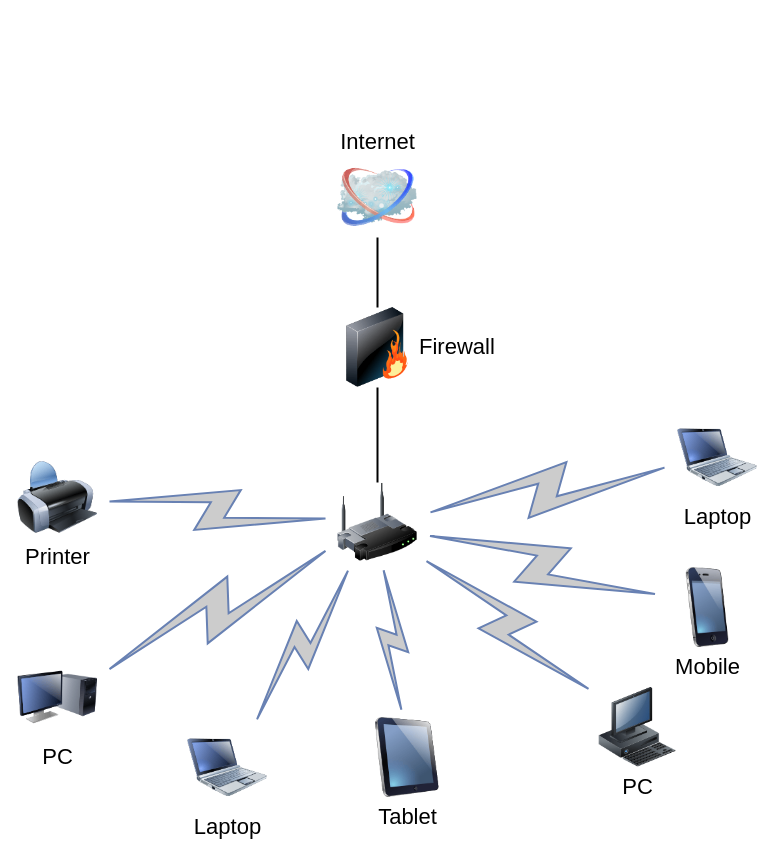
Earlier version of the draw.io diagram Untitled Diagram.drawio (RuftyJ/RuftyJ). Source tidied: cells renumbered, new cells numbered last; positions are measured from the earlier drawing's top-left corner, leaving out a move shared by most shapes. Both pictures are drawn from the tidied source at 100%, with x=0, y=0 at pixel (17, 157).
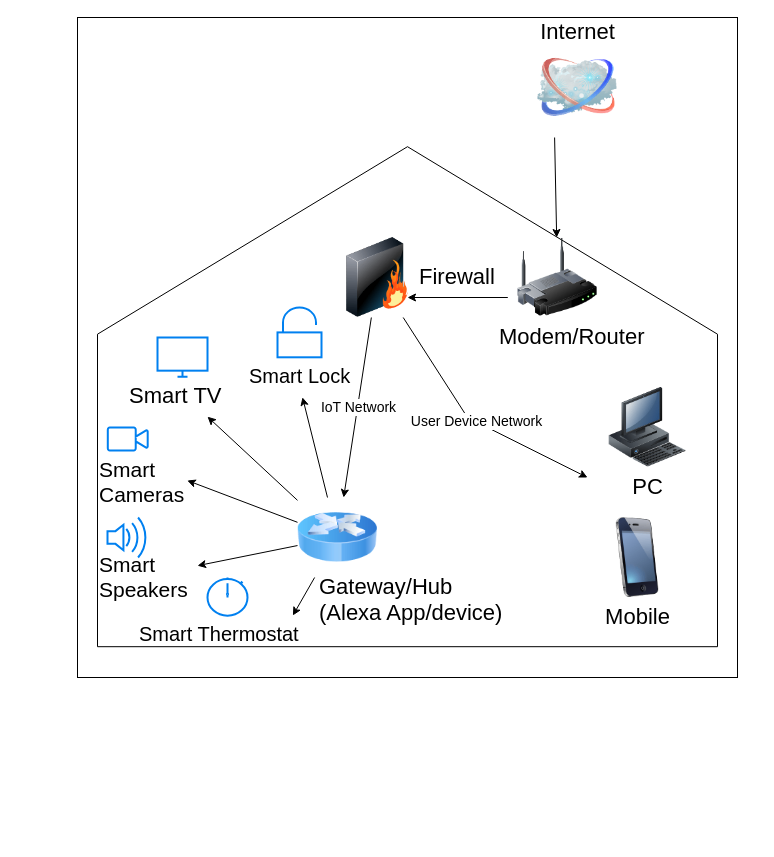
Above is the later version.

Diff of the diagram source:
```diff
@@
-    <mxCell id="2" style="edgeStyle=none;rounded=0;html=1;labelBackgroundColor=none;endArrow=none;strokeWidth=2;fontFamily=Verdana;fontSize=22;" parent="1" edge="1" source="3" target="6">
-      <mxGeometry relative="1" as="geometry" />
-    </mxCell>
+    <mxCell id="21" style="whiteSpace=wrap;html=1;" parent="1" vertex="1">
+      <mxGeometry x="60" y="-140" width="660" height="660" as="geometry" />
+    </mxCell>
+    <mxCell id="22" style="shape=offPageConnector;whiteSpace=wrap;html=1;direction=west;" parent="1" vertex="1">
+      <mxGeometry x="80" y="-10.8" width="620" height="500" as="geometry" />
+    </mxCell>
     <mxCell id="3" style="image;html=1;labelBackgroundColor=#ffffff;image=img/lib/clip_art/networking/Wireless_Router_128x128.png;rounded=1;shadow=0;comic=0;strokeWidth=2;fontSize=22;" parent="1" vertex="1">
-      <mxGeometry x="320" y="325" width="80" height="80" as="geometry" />
+      <mxGeometry x="500" y="80" width="80" height="80" as="geometry" />
     </mxCell>
+    <mxCell id="6" value="Firewall" style="image;html=1;labelBackgroundColor=#ffffff;image=img/lib/clip_art/networking/Firewall_128x128.png;rounded=1;shadow=0;comic=0;strokeWidth=2;fontSize=22;labelPosition=right;verticalLabelPosition=middle;align=left;verticalAlign=middle;" parent="1" vertex="1">
+      <mxGeometry x="320" y="80" width="80" height="80" as="geometry" />
+    </mxCell>
     <mxCell id="4" value="Internet" style="image;html=1;labelBackgroundColor=#ffffff;image=img/lib/clip_art/networking/Cloud_128x128.png;rounded=1;shadow=0;comic=0;strokeWidth=2;fontSize=22;labelPosition=center;verticalLabelPosition=top;align=center;verticalAlign=bottom;" parent="1" vertex="1">
-      <mxGeometry x="320" width="80" height="80" as="geometry" />
+      <mxGeometry x="520" y="-110" width="80" height="80" as="geometry" />
     </mxCell>
-    <mxCell id="5" style="edgeStyle=none;rounded=0;html=1;labelBackgroundColor=none;endArrow=none;strokeWidth=2;fontFamily=Verdana;fontSize=22;" parent="1" edge="1" source="6" target="4">
-      <mxGeometry relative="1" as="geometry" />
-    </mxCell>
-    <mxCell id="6" value="Firewall" style="image;html=1;labelBackgroundColor=#ffffff;image=img/lib/clip_art/networking/Firewall_128x128.png;rounded=1;shadow=0;comic=0;strokeWidth=2;fontSize=22;labelPosition=right;verticalLabelPosition=middle;align=left;verticalAlign=middle;" parent="1" vertex="1">
-      <mxGeometry x="320" y="150" width="80" height="80" as="geometry" />
-    </mxCell>
-    <mxCell id="7" value="Tablet" style="image;html=1;labelBackgroundColor=#ffffff;image=img/lib/clip_art/computers/iPad_128x128.png;rounded=1;shadow=0;comic=0;strokeWidth=2;fontSize=22;" parent="1" vertex="1">
-      <mxGeometry x="350" y="560" width="80" height="80" as="geometry" />
-    </mxCell>
-    <mxCell id="8" value="PC" style="image;html=1;labelBackgroundColor=#ffffff;image=img/lib/clip_art/computers/Monitor_Tower_128x128.png;rounded=1;shadow=0;comic=0;strokeWidth=2;fontSize=22;" parent="1" vertex="1">
-      <mxGeometry y="500" width="80" height="80" as="geometry" />
-    </mxCell>
-    <mxCell id="9" value="Printer" style="image;html=1;labelBackgroundColor=#ffffff;image=img/lib/clip_art/computers/Printer_128x128.png;rounded=1;shadow=0;comic=0;strokeWidth=2;fontSize=22;" parent="1" vertex="1">
-      <mxGeometry y="300" width="80" height="80" as="geometry" />
-    </mxCell>
     <mxCell id="10" value="PC" style="image;html=1;labelBackgroundColor=#ffffff;image=img/lib/clip_art/computers/Workstation_128x128.png;rounded=1;shadow=0;comic=0;strokeWidth=2;fontSize=22;" parent="1" vertex="1">
-      <mxGeometry x="580" y="530" width="80" height="80" as="geometry" />
+      <mxGeometry x="590" y="230" width="80" height="80" as="geometry" />
     </mxCell>
     <mxCell id="11" value="Mobile" style="image;html=1;labelBackgroundColor=#ffffff;image=img/lib/clip_art/telecommunication/iPhone_128x128.png;rounded=1;shadow=0;comic=0;strokeWidth=2;fontSize=22;" parent="1" vertex="1">
-      <mxGeometry x="650" y="410" width="80" height="80" as="geometry" />
+      <mxGeometry x="580" y="360" width="80" height="80" as="geometry" />
     </mxCell>
-    <mxCell id="12" value="Laptop" style="image;html=1;labelBackgroundColor=#ffffff;image=img/lib/clip_art/computers/Netbook_128x128.png;rounded=1;shadow=0;comic=0;strokeColor=#000000;strokeWidth=2;fillColor=#FFFFFF;fontSize=22;fontColor=#000000;" parent="1" vertex="1">
-      <mxGeometry x="660" y="260" width="80" height="80" as="geometry" />
-    </mxCell>
-    <mxCell id="13" value="Laptop" style="image;html=1;labelBackgroundColor=#ffffff;image=img/lib/clip_art/computers/Netbook_128x128.png;rounded=1;shadow=0;comic=0;strokeWidth=2;fontSize=22;" parent="1" vertex="1">
-      <mxGeometry x="170" y="570" width="80" height="80" as="geometry" />
-    </mxCell>
-    <mxCell id="14" style="html=1;fillColor=#CCCCCC;strokeColor=#6881B3;gradientColor=none;gradientDirection=north;strokeWidth=2;shape=mxgraph.networks.comm_link_edge;html=1;labelBackgroundColor=none;endArrow=none;fontFamily=Verdana;fontSize=22;fontColor=#000000;" parent="1" edge="1" source="9" target="3">
-      <mxGeometry relative="1" as="geometry" />
-    </mxCell>
-    <mxCell id="15" style="html=1;fillColor=#CCCCCC;strokeColor=#6881B3;gradientColor=none;gradientDirection=north;strokeWidth=2;shape=mxgraph.networks.comm_link_edge;html=1;labelBackgroundColor=none;endArrow=none;fontFamily=Verdana;fontSize=22;fontColor=#000000;fontStyle=1;" parent="1" edge="1" source="8" target="3">
-      <mxGeometry relative="1" as="geometry" />
-    </mxCell>
-    <mxCell id="16" style="html=1;fillColor=#CCCCCC;strokeColor=#6881B3;gradientColor=none;gradientDirection=north;strokeWidth=2;shape=mxgraph.networks.comm_link_edge;html=1;labelBackgroundColor=none;endArrow=none;fontFamily=Verdana;fontSize=22;fontColor=#000000;" parent="1" edge="1" source="13" target="3">
-      <mxGeometry relative="1" as="geometry" />
-    </mxCell>
-    <mxCell id="17" style="html=1;fillColor=#CCCCCC;strokeColor=#6881B3;gradientColor=none;gradientDirection=north;strokeWidth=2;shape=mxgraph.networks.comm_link_edge;html=1;labelBackgroundColor=none;endArrow=none;fontFamily=Verdana;fontSize=22;fontColor=#000000;" parent="1" edge="1" source="7" target="3">
-      <mxGeometry relative="1" as="geometry" />
-    </mxCell>
-    <mxCell id="18" style="html=1;fillColor=#CCCCCC;strokeColor=#6881B3;gradientColor=none;gradientDirection=north;strokeWidth=2;shape=mxgraph.networks.comm_link_edge;html=1;labelBackgroundColor=none;endArrow=none;fontFamily=Verdana;fontSize=22;fontColor=#000000;" parent="1" edge="1" source="10" target="3">
-      <mxGeometry relative="1" as="geometry" />
-    </mxCell>
-    <mxCell id="19" style="html=1;fillColor=#CCCCCC;strokeColor=#6881B3;gradientColor=none;gradientDirection=north;strokeWidth=2;shape=mxgraph.networks.comm_link_edge;html=1;labelBackgroundColor=none;endArrow=none;fontFamily=Verdana;fontSize=22;fontColor=#000000;" parent="1" edge="1" source="11" target="3">
-      <mxGeometry relative="1" as="geometry" />
-    </mxCell>
-    <mxCell id="20" style="html=1;fillColor=#CCCCCC;strokeColor=#6881B3;gradientColor=none;gradientDirection=north;strokeWidth=2;shape=mxgraph.networks.comm_link_edge;html=1;labelBackgroundColor=none;endArrow=none;fontFamily=Verdana;fontSize=22;fontColor=#000000;" parent="1" edge="1" source="12" target="3">
-      <mxGeometry relative="1" as="geometry" />
-    </mxCell>
+    <mxCell id="23" style="endArrow=classic;html=1;rounded=0;" parent="1" edge="1" source="6">
+      <mxGeometry relative="1" as="geometry">
+        <mxPoint x="570" y="320" as="targetPoint" />
+        <Array as="points">
+          <mxPoint x="450" y="260" />
+        </Array>
+      </mxGeometry>
+    </mxCell>
+    <mxCell id="24" value="User Device Network" style="edgeLabel;html=1;align=center;verticalAlign=middle;fontSize=14;" parent="23" vertex="1">
+      <mxGeometry relative="1" as="geometry">
+        <mxPoint x="1" as="offset" />
+      </mxGeometry>
+    </mxCell>
+    <mxCell id="25" style="endArrow=classic;html=1;rounded=0;" parent="1" edge="1" target="3">
+      <mxGeometry relative="1" as="geometry">
+        <mxPoint x="537.1" y="-20" as="sourcePoint" />
+      </mxGeometry>
+    </mxCell>
+    <mxCell id="26" style="endArrow=classic;html=1;rounded=0;entryX=0.694;entryY=0.06;entryDx=0;entryDy=0;entryPerimeter=0;" parent="1" edge="1">
+      <mxGeometry relative="1" as="geometry">
+        <mxPoint x="490.3" y="140" as="sourcePoint" />
+        <mxPoint x="390" y="140" as="targetPoint" />
+      </mxGeometry>
+    </mxCell>
+    <mxCell id="27" style="image;html=1;image=img/lib/clip_art/networking/Router_Icon_128x128.png;" parent="1" vertex="1">
+      <mxGeometry x="280" y="340" width="80" height="80" as="geometry" />
+    </mxCell>
+    <mxCell id="28" style="html=1;verticalLabelPosition=bottom;align=center;labelBackgroundColor=#ffffff;verticalAlign=top;strokeWidth=2;strokeColor=#0080F0;shadow=0;dashed=0;shape=mxgraph.ios7.icons.volume_2;" parent="1" vertex="1">
+      <mxGeometry x="90" y="360" width="40.3" height="40" as="geometry" />
+    </mxCell>
+    <mxCell id="29" style="html=1;verticalLabelPosition=bottom;align=center;labelBackgroundColor=#ffffff;verticalAlign=top;strokeWidth=2;strokeColor=#0080F0;shadow=0;dashed=0;shape=mxgraph.ios7.icons.video_conversation;" parent="1" vertex="1">
+      <mxGeometry x="90.3" y="270" width="40" height="23" as="geometry" />
+    </mxCell>
+    <mxCell id="30" style="html=1;verticalLabelPosition=bottom;align=center;labelBackgroundColor=#ffffff;verticalAlign=top;strokeWidth=2;strokeColor=#0080F0;shadow=0;dashed=0;shape=mxgraph.ios7.icons.monitor;" parent="1" vertex="1">
+      <mxGeometry x="140" y="180" width="50" height="39.2" as="geometry" />
+    </mxCell>
+    <mxCell id="31" style="html=1;verticalLabelPosition=bottom;align=center;labelBackgroundColor=#ffffff;verticalAlign=top;strokeWidth=2;strokeColor=#0080F0;shadow=0;dashed=0;shape=mxgraph.ios7.icons.unlocked;" parent="1" vertex="1">
+      <mxGeometry x="260" y="150" width="44" height="49.8" as="geometry" />
+    </mxCell>
+    <mxCell id="32" style="html=1;verticalLabelPosition=bottom;align=center;labelBackgroundColor=#ffffff;verticalAlign=top;strokeWidth=2;strokeColor=#0080F0;shadow=0;dashed=0;shape=mxgraph.ios7.icons.stopwatch;" parent="1" vertex="1">
+      <mxGeometry x="190" y="420" width="40" height="38.2" as="geometry" />
+    </mxCell>
+    <mxCell id="33" value="Smart Lock" style="text;whiteSpace=wrap;html=1;fontSize=20;" parent="1" vertex="1">
+      <mxGeometry x="230" y="199.8" width="110" height="40" as="geometry" />
+    </mxCell>
+    <mxCell id="34" value="Smart TV" style="text;whiteSpace=wrap;html=1;fontSize=22;" parent="1" vertex="1">
+      <mxGeometry x="110" y="219.2" width="117" height="40" as="geometry" />
+    </mxCell>
+    <mxCell id="35" value="Smart Cameras" style="text;whiteSpace=wrap;html=1;fontSize=21;" parent="1" vertex="1">
+      <mxGeometry x="80" y="293" width="89.8" height="40" as="geometry" />
+    </mxCell>
+    <mxCell id="36" value="Smart Speakers" style="text;whiteSpace=wrap;html=1;fontSize=21;" parent="1" vertex="1">
+      <mxGeometry x="80" y="388.2" width="100" height="40" as="geometry" />
+    </mxCell>
+    <mxCell id="37" value="Smart Thermostat" style="text;whiteSpace=wrap;html=1;fontSize=20;" parent="1" vertex="1">
+      <mxGeometry x="120" y="458.2" width="170" height="40" as="geometry" />
+    </mxCell>
+    <mxCell id="38" value="Modem/Router" style="text;whiteSpace=wrap;html=1;fontSize=22;" parent="1" vertex="1">
+      <mxGeometry x="480" y="159.8" width="155" height="40" as="geometry" />
+    </mxCell>
+    <mxCell id="39" style="endArrow=classic;html=1;rounded=0;" parent="1" edge="1" source="6" target="27">
+      <mxGeometry relative="1" as="geometry" />
+    </mxCell>
+    <mxCell id="40" value="IoT Network" style="edgeLabel;html=1;align=center;verticalAlign=middle;fontSize=14;" parent="39" vertex="1">
+      <mxGeometry relative="1" as="geometry" />
+    </mxCell>
+    <mxCell id="41" style="endArrow=classic;html=1;rounded=0;entryX=0.5;entryY=1;entryDx=0;entryDy=0;" parent="1" edge="1" source="27" target="33">
+      <mxGeometry relative="1" as="geometry" />
+    </mxCell>
+    <mxCell id="42" style="endArrow=classic;html=1;rounded=0;" parent="1" edge="1" source="27" target="34">
+      <mxGeometry relative="1" as="geometry" />
+    </mxCell>
+    <mxCell id="43" style="endArrow=classic;html=1;rounded=0;entryX=1;entryY=0.75;entryDx=0;entryDy=0;" parent="1" edge="1" source="27" target="35">
+      <mxGeometry relative="1" as="geometry" />
+    </mxCell>
+    <mxCell id="44" style="endArrow=classic;html=1;rounded=0;entryX=1;entryY=0.5;entryDx=0;entryDy=0;" parent="1" edge="1" source="27" target="36">
+      <mxGeometry relative="1" as="geometry" />
+    </mxCell>
+    <mxCell id="45" style="endArrow=classic;html=1;rounded=0;entryX=0.914;entryY=-0.005;entryDx=0;entryDy=0;entryPerimeter=0;" parent="1" edge="1" source="27" target="37">
+      <mxGeometry relative="1" as="geometry" />
+    </mxCell>
+    <mxCell id="46" value="Gateway/Hub&lt;div style=&quot;font-size: 22px;&quot;&gt;(Alexa App/device)&lt;/div&gt;" style="text;whiteSpace=wrap;html=1;fontSize=22;" parent="1" vertex="1">
+      <mxGeometry x="300" y="410" width="190" height="40" as="geometry" />
+    </mxCell>
```
